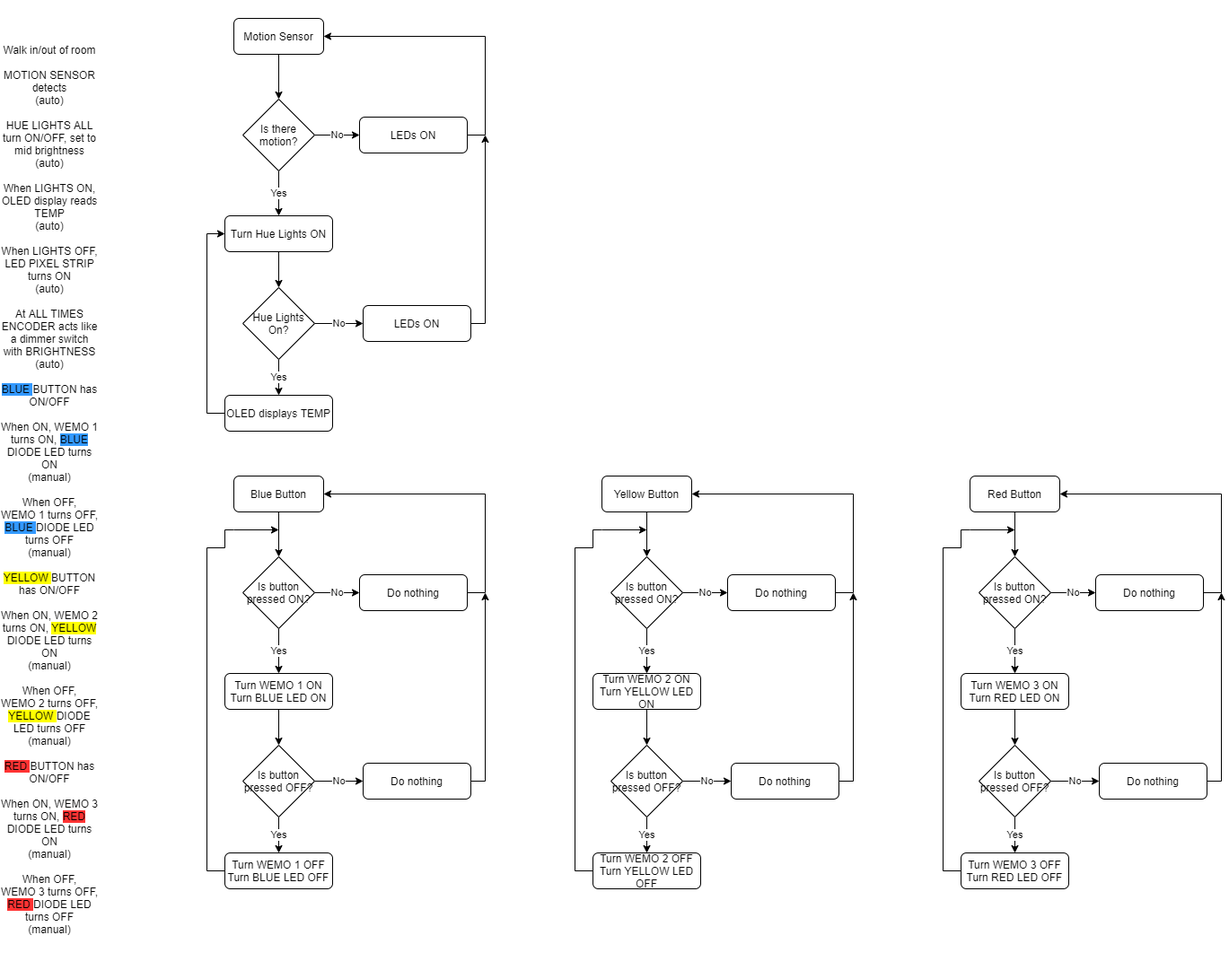
The draw.io diagram Midterm_Project/Midterm Flowcharts.png in JanelSanchez/Smart-Room-Controller, before a commit. Source tidied: cells renumbered, new cells last; positions are measured from the earlier drawing's top-left corner, leaving out a move shared by most shapes.
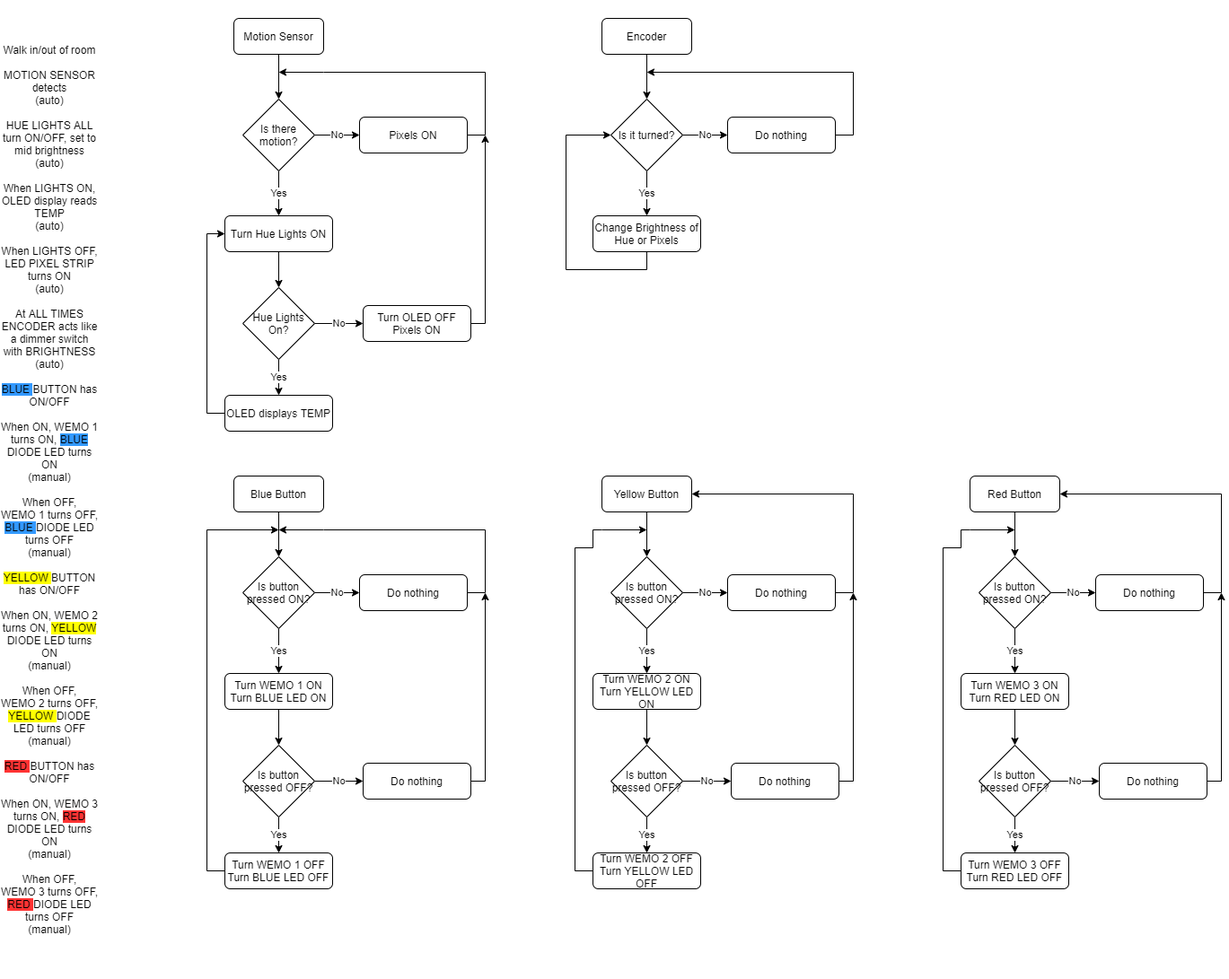
The same file after the commit.

What changed in the source:
```diff
@@ -29,10 +29,17 @@
     <mxCell id="10" value="Is there motion?" style="rhombus;whiteSpace=wrap;html=1;" parent="1" vertex="1">
       <mxGeometry x="270" y="110" width="80" height="80" as="geometry" />
     </mxCell>
-    <mxCell id="11" style="edgeStyle=orthogonalEdgeStyle;rounded=0;jettySize=auto;html=1;exitX=1;exitY=0.5;exitDx=0;exitDy=0;entryX=1;entryY=0.5;entryDx=0;entryDy=0;" parent="1" edge="1" source="12" target="3">
-      <mxGeometry relative="1" as="geometry" />
+    <mxCell id="11" style="edgeStyle=orthogonalEdgeStyle;rounded=0;jettySize=auto;html=1;exitX=1;exitY=0.5;exitDx=0;exitDy=0;" parent="1" edge="1" source="12">
+      <mxGeometry relative="1" as="geometry">
+        <mxPoint x="310" y="80" as="targetPoint" />
+        <Array as="points">
+          <mxPoint x="540" y="150" />
+          <mxPoint x="540" y="80" />
+          <mxPoint x="360" y="80" />
+        </Array>
+      </mxGeometry>
     </mxCell>
-    <mxCell id="12" value="LEDs ON" style="rounded=1;whiteSpace=wrap;html=1;fontSize=12;glass=0;strokeWidth=1;shadow=0;" parent="1" vertex="1">
+    <mxCell id="12" value="Pixels ON" style="rounded=1;whiteSpace=wrap;html=1;fontSize=12;glass=0;strokeWidth=1;shadow=0;" parent="1" vertex="1">
       <mxGeometry x="400" y="130" width="120" height="40" as="geometry" />
     </mxCell>
     <mxCell id="13" style="edgeStyle=orthogonalEdgeStyle;rounded=0;jettySize=auto;html=1;exitX=0.5;exitY=1;exitDx=0;exitDy=0;entryX=0.5;entryY=0;entryDx=0;entryDy=0;" parent="1" edge="1" source="14" target="6">
@@ -55,7 +62,7 @@
         </Array>
       </mxGeometry>
     </mxCell>
-    <mxCell id="18" value="LEDs ON" style="rounded=1;whiteSpace=wrap;html=1;fontSize=12;glass=0;strokeWidth=1;shadow=0;" parent="1" vertex="1">
+    <mxCell id="18" value="Turn OLED OFF&lt;br&gt;Pixels ON" style="rounded=1;whiteSpace=wrap;html=1;fontSize=12;glass=0;strokeWidth=1;shadow=0;" parent="1" vertex="1">
       <mxGeometry x="404" y="340" width="120" height="40" as="geometry" />
     </mxCell>
     <mxCell id="19" style="edgeStyle=orthogonalEdgeStyle;rounded=0;jettySize=auto;html=1;exitX=0.5;exitY=1;exitDx=0;exitDy=0;entryX=0.5;entryY=0;entryDx=0;entryDy=0;" parent="1" edge="1" source="20" target="26">
@@ -82,8 +89,15 @@
     <mxCell id="26" value="Is button pressed ON?" style="rhombus;whiteSpace=wrap;html=1;" parent="1" vertex="1">
       <mxGeometry x="270" y="620" width="80" height="80" as="geometry" />
     </mxCell>
-    <mxCell id="27" style="edgeStyle=orthogonalEdgeStyle;rounded=0;jettySize=auto;html=1;exitX=1;exitY=0.5;exitDx=0;exitDy=0;entryX=1;entryY=0.5;entryDx=0;entryDy=0;" parent="1" edge="1" source="28" target="20">
-      <mxGeometry relative="1" as="geometry" />
+    <mxCell id="27" style="edgeStyle=orthogonalEdgeStyle;rounded=0;jettySize=auto;html=1;exitX=1;exitY=0.5;exitDx=0;exitDy=0;" parent="1" edge="1" source="28">
+      <mxGeometry relative="1" as="geometry">
+        <mxPoint x="310" y="590" as="targetPoint" />
+        <Array as="points">
+          <mxPoint x="540" y="660" />
+          <mxPoint x="540" y="590" />
+          <mxPoint x="360" y="590" />
+        </Array>
+      </mxGeometry>
     </mxCell>
     <mxCell id="28" value="Do nothing" style="rounded=1;whiteSpace=wrap;html=1;fontSize=12;glass=0;strokeWidth=1;shadow=0;" parent="1" vertex="1">
       <mxGeometry x="400" y="640" width="120" height="40" as="geometry" />
@@ -99,10 +113,7 @@
         <mxPoint x="310" y="590" as="targetPoint" />
         <Array as="points">
           <mxPoint x="230" y="970" />
-          <mxPoint x="230" y="610" />
-          <mxPoint x="250" y="610" />
-          <mxPoint x="250" y="590" />
-          <mxPoint x="260" y="590" />
+          <mxPoint x="230" y="590" />
         </Array>
       </mxGeometry>
     </mxCell>
@@ -244,5 +255,44 @@
     <mxCell id="66" value="Do nothing" style="rounded=1;whiteSpace=wrap;html=1;fontSize=12;glass=0;strokeWidth=1;shadow=0;" parent="1" vertex="1">
       <mxGeometry x="1224" y="850" width="120" height="40" as="geometry" />
     </mxCell>
+    <mxCell id="67" style="edgeStyle=orthogonalEdgeStyle;rounded=0;jettySize=auto;html=1;exitX=0.5;exitY=1;exitDx=0;exitDy=0;entryX=0.5;entryY=0;entryDx=0;entryDy=0;" parent="1" edge="1" source="68" target="71">
+      <mxGeometry relative="1" as="geometry" />
+    </mxCell>
+    <mxCell id="68" value="Encoder" style="rounded=1;whiteSpace=wrap;html=1;" parent="1" vertex="1">
+      <mxGeometry x="670" y="20" width="100" height="40" as="geometry" />
+    </mxCell>
+    <mxCell id="69" value="No" style="edgeStyle=orthogonalEdgeStyle;rounded=0;jettySize=auto;html=1;exitX=1;exitY=0.5;exitDx=0;exitDy=0;" parent="1" edge="1" source="71" target="73">
+      <mxGeometry relative="1" as="geometry" />
+    </mxCell>
+    <mxCell id="70" value="Yes" style="edgeStyle=orthogonalEdgeStyle;rounded=0;jettySize=auto;html=1;exitX=0.5;exitY=1;exitDx=0;exitDy=0;entryX=0.5;entryY=0;entryDx=0;entryDy=0;" parent="1" edge="1" source="71" target="75">
+      <mxGeometry relative="1" as="geometry" />
+    </mxCell>
+    <mxCell id="71" value="Is it turned?" style="rhombus;whiteSpace=wrap;html=1;" parent="1" vertex="1">
+      <mxGeometry x="680" y="110" width="80" height="80" as="geometry" />
+    </mxCell>
+    <mxCell id="72" style="edgeStyle=orthogonalEdgeStyle;rounded=0;jettySize=auto;html=1;exitX=1;exitY=0.5;exitDx=0;exitDy=0;" parent="1" edge="1" source="73">
+      <mxGeometry relative="1" as="geometry">
+        <mxPoint x="720" y="80" as="targetPoint" />
+        <Array as="points">
+          <mxPoint x="950" y="150" />
+          <mxPoint x="950" y="80" />
+        </Array>
+      </mxGeometry>
+    </mxCell>
+    <mxCell id="73" value="Do nothing" style="rounded=1;whiteSpace=wrap;html=1;fontSize=12;glass=0;strokeWidth=1;shadow=0;" parent="1" vertex="1">
+      <mxGeometry x="810" y="130" width="120" height="40" as="geometry" />
+    </mxCell>
+    <mxCell id="74" style="edgeStyle=orthogonalEdgeStyle;rounded=0;jettySize=auto;html=1;exitX=0.5;exitY=1;exitDx=0;exitDy=0;entryX=0;entryY=0.5;entryDx=0;entryDy=0;" parent="1" edge="1" source="75" target="71">
+      <mxGeometry relative="1" as="geometry">
+        <Array as="points">
+          <mxPoint x="720" y="300" />
+          <mxPoint x="630" y="300" />
+          <mxPoint x="630" y="150" />
+        </Array>
+      </mxGeometry>
+    </mxCell>
+    <mxCell id="75" value="Change Brightness of Hue or Pixels" style="rounded=1;whiteSpace=wrap;html=1;fontSize=12;glass=0;strokeWidth=1;shadow=0;" parent="1" vertex="1">
+      <mxGeometry x="660" y="240" width="120" height="40" as="geometry" />
+    </mxCell>
   </root>
 </mxGraphModel>
```
